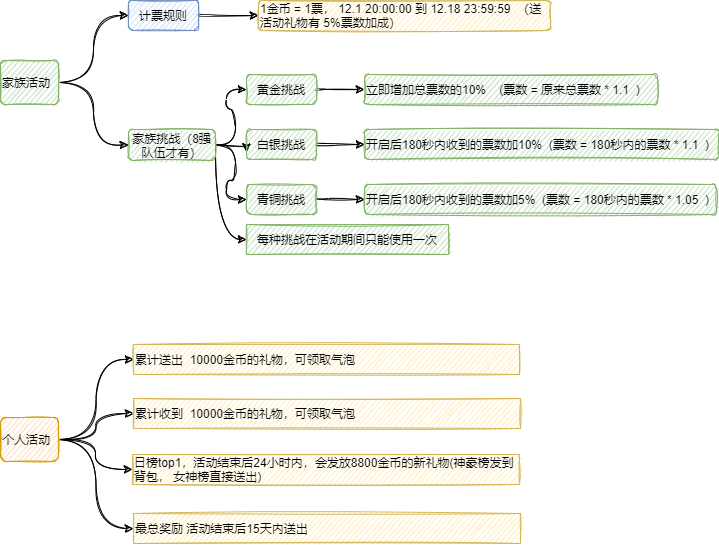
171437912/drawfiles keeps this draw.io diagram as 顽皮-年度活动.png. Above is the earlier version. Source tidied: cells renumbered, new cells last; positions are measured from the earlier drawing's top-left corner, leaving out a move shared by most shapes.
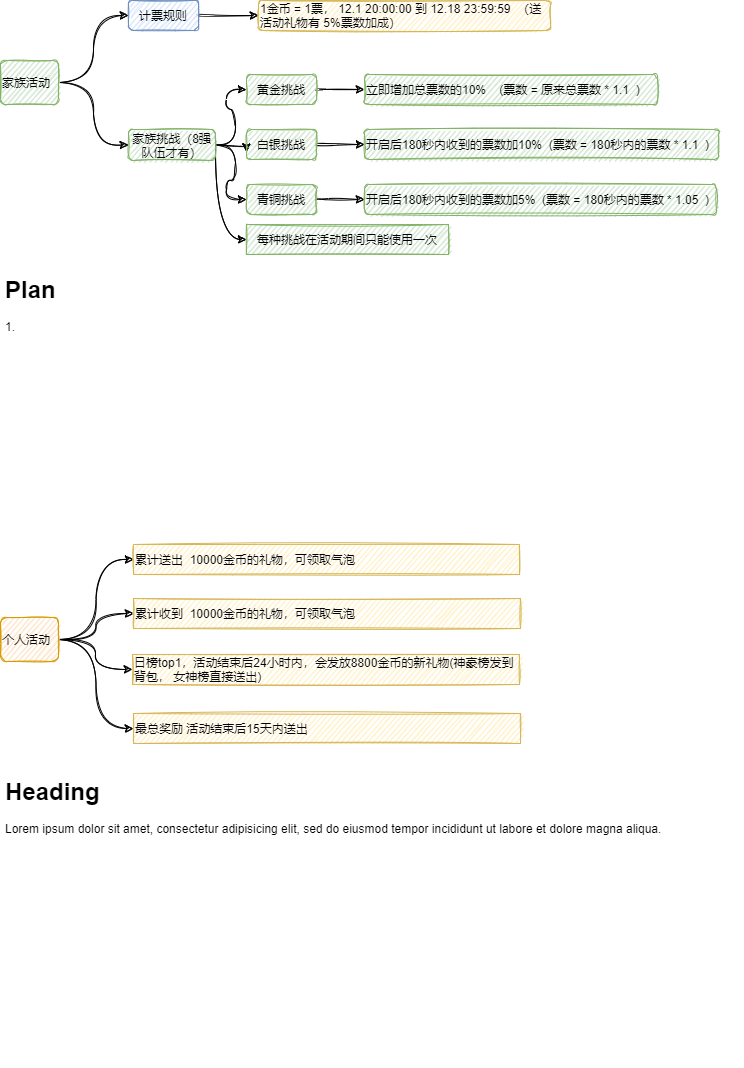
Above is the later version.

Commit message:
更新顽皮-年度活动.png

What changed in the source:
```diff
@@ -82,19 +82,25 @@
       <mxGeometry relative="1" as="geometry" />
     </mxCell>
     <mxCell id="27" value="个人活动" style="whiteSpace=wrap;html=1;align=left;fillColor=#ffe6cc;strokeColor=#d79b00;sketch=1;rounded=1;" parent="1" vertex="1">
-      <mxGeometry y="417" width="58" height="44" as="geometry" />
+      <mxGeometry y="617" width="58" height="44" as="geometry" />
     </mxCell>
     <mxCell id="28" value="累计送出&amp;nbsp; 10000金币的礼物，可领取气泡" style="text;html=1;strokeColor=#d6b656;fillColor=#fff2cc;align=left;verticalAlign=middle;whiteSpace=wrap;rounded=0;sketch=1;" parent="1" vertex="1">
-      <mxGeometry x="133" y="344" width="386" height="30" as="geometry" />
+      <mxGeometry x="133" y="544" width="386" height="30" as="geometry" />
     </mxCell>
     <mxCell id="29" value="累计收到&amp;nbsp; 10000金币的礼物，可领取气泡" style="text;html=1;strokeColor=#d6b656;fillColor=#fff2cc;align=left;verticalAlign=middle;whiteSpace=wrap;rounded=0;sketch=1;" parent="1" vertex="1">
-      <mxGeometry x="133" y="398" width="387" height="30" as="geometry" />
+      <mxGeometry x="133" y="598" width="387" height="30" as="geometry" />
     </mxCell>
     <mxCell id="30" value="日榜top1，活动结束后24小时内，会发放8800金币的新礼物(神豪榜发到背包， 女神榜直接送出)" style="text;html=1;strokeColor=#d6b656;fillColor=#fff2cc;align=left;verticalAlign=middle;whiteSpace=wrap;rounded=0;sketch=1;" parent="1" vertex="1">
-      <mxGeometry x="132" y="454" width="387" height="30" as="geometry" />
+      <mxGeometry x="132" y="654" width="387" height="30" as="geometry" />
     </mxCell>
     <mxCell id="31" value="最总奖励 活动结束后15天内送出" style="text;html=1;strokeColor=#d6b656;fillColor=#fff2cc;align=left;verticalAlign=middle;whiteSpace=wrap;rounded=0;sketch=1;" parent="1" vertex="1">
-      <mxGeometry x="133" y="513" width="387" height="30" as="geometry" />
+      <mxGeometry x="133" y="713" width="387" height="30" as="geometry" />
     </mxCell>
+    <mxCell id="32" value="&lt;h1&gt;Plan&lt;/h1&gt;&lt;p&gt;1.&lt;/p&gt;" style="text;html=1;strokeColor=none;fillColor=none;spacing=5;spacingTop=-20;whiteSpace=wrap;overflow=hidden;rounded=0;sketch=1;align=left;" parent="1" vertex="1">
+      <mxGeometry y="270" width="743" height="232" as="geometry" />
+    </mxCell>
+    <mxCell id="33" value="&lt;h1&gt;Heading&lt;/h1&gt;&lt;p&gt;Lorem ipsum dolor sit amet, consectetur adipisicing elit, sed do eiusmod tempor incididunt ut labore et dolore magna aliqua.&lt;/p&gt;" style="text;html=1;strokeColor=none;fillColor=none;spacing=5;spacingTop=-20;whiteSpace=wrap;overflow=hidden;rounded=0;sketch=1;align=left;" parent="1" vertex="1">
+      <mxGeometry y="772" width="725" height="295" as="geometry" />
+    </mxCell>
   </root>
 </mxGraphModel>
```
